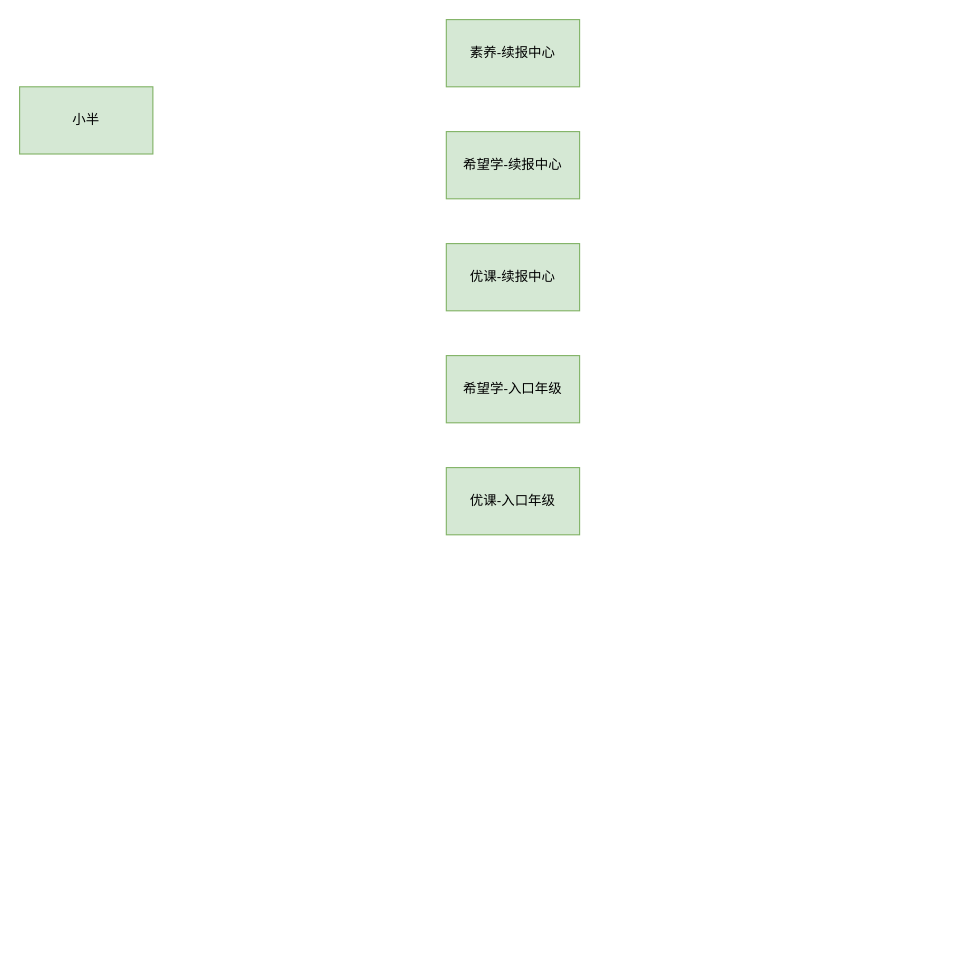
LanSeTianYe/draw keeps this draw.io diagram as xiwang/续报链路.drawio. Above is the earlier version. Source tidied: cells renumbered, new cells numbered last; positions are measured from the earlier drawing's top-left corner, leaving out a move shared by most shapes. Both pictures are drawn from the tidied source at 112%, with x=0, y=0 at pixel (19, 19).
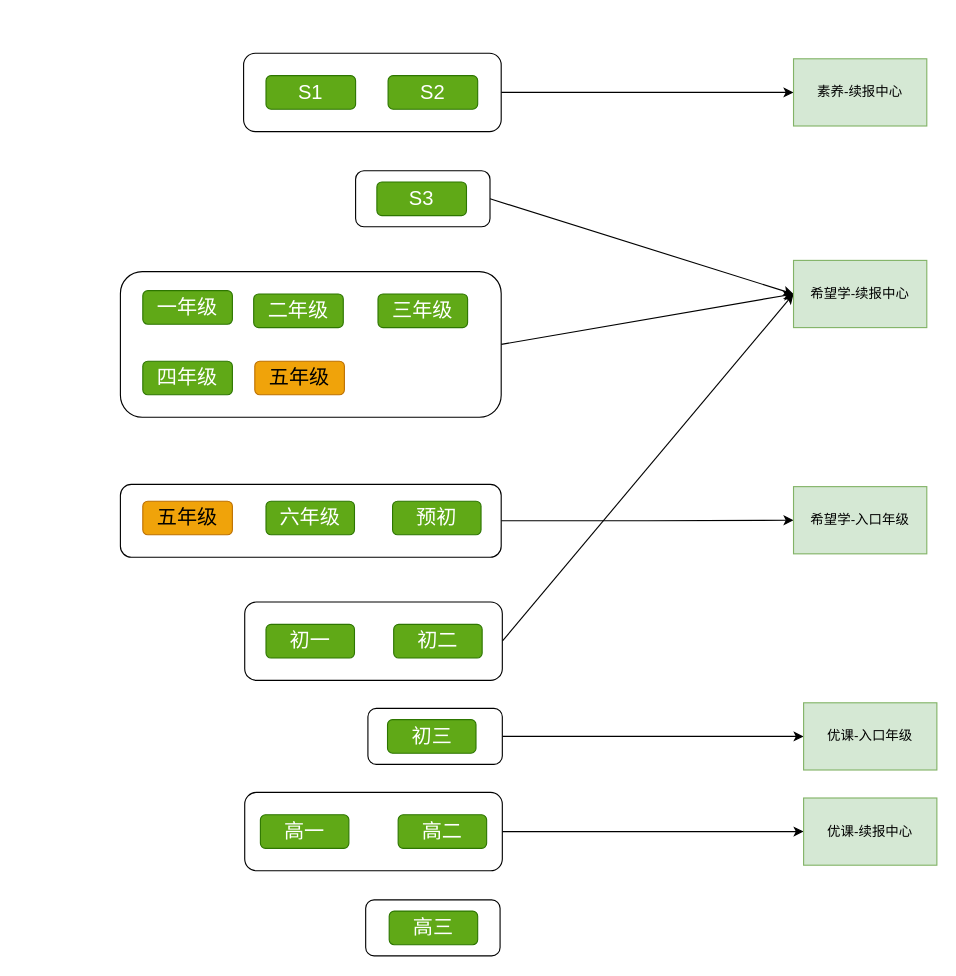
After the change.

Commit message (it also covers changes not shown here):
更新续报链路.drawio

Change to the diagram source:
```diff
@@
+    <mxCell id="9" style="rounded=1;whiteSpace=wrap;html=1;" parent="1" vertex="1">
+      <mxGeometry x="309" y="786" width="120" height="50" as="geometry" />
+    </mxCell>
+    <mxCell id="10" style="edgeStyle=orthogonalEdgeStyle;rounded=0;jettySize=auto;html=1;exitX=1;exitY=0.5;exitDx=0;exitDy=0;" parent="1" edge="1" source="11" target="5">
+      <mxGeometry relative="1" as="geometry" />
+    </mxCell>
+    <mxCell id="11" style="rounded=1;whiteSpace=wrap;html=1;" parent="1" vertex="1">
+      <mxGeometry x="311" y="615" width="120" height="50" as="geometry" />
+    </mxCell>
+    <mxCell id="12" style="edgeStyle=orthogonalEdgeStyle;rounded=0;jettySize=auto;html=1;exitX=1;exitY=0.5;exitDx=0;exitDy=0;" parent="1" edge="1" source="13" target="3">
+      <mxGeometry relative="1" as="geometry" />
+    </mxCell>
+    <mxCell id="13" style="rounded=1;whiteSpace=wrap;html=1;" parent="1" vertex="1">
+      <mxGeometry x="201" y="690" width="230" height="70" as="geometry" />
+    </mxCell>
+    <mxCell id="14" style="rounded=0;jettySize=auto;html=1;exitX=1;exitY=0.5;exitDx=0;exitDy=0;entryX=0;entryY=0.5;entryDx=0;entryDy=0;" parent="1" edge="1" source="15" target="2">
+      <mxGeometry relative="1" as="geometry" />
+    </mxCell>
+    <mxCell id="15" style="rounded=1;whiteSpace=wrap;html=1;" parent="1" vertex="1">
+      <mxGeometry x="201" y="520" width="230" height="70" as="geometry" />
+    </mxCell>
+    <mxCell id="16" style="edgeStyle=orthogonalEdgeStyle;rounded=0;jettySize=auto;html=1;exitX=1;exitY=0.5;exitDx=0;exitDy=0;entryX=0;entryY=0.5;entryDx=0;entryDy=0;" parent="1" edge="1" source="17" target="4">
+      <mxGeometry relative="1" as="geometry" />
+    </mxCell>
+    <mxCell id="17" style="rounded=1;whiteSpace=wrap;html=1;" parent="1" vertex="1">
+      <mxGeometry x="90" y="415" width="340" height="65" as="geometry" />
+    </mxCell>
+    <mxCell id="18" style="rounded=0;jettySize=auto;html=1;exitX=1;exitY=0.5;exitDx=0;exitDy=0;entryX=0;entryY=0.5;entryDx=0;entryDy=0;" parent="1" edge="1" source="19" target="2">
+      <mxGeometry relative="1" as="geometry" />
+    </mxCell>
+    <mxCell id="19" style="rounded=1;whiteSpace=wrap;html=1;" parent="1" vertex="1">
+      <mxGeometry x="300" y="135" width="120" height="50" as="geometry" />
+    </mxCell>
+    <mxCell id="20" style="rounded=0;jettySize=auto;html=1;exitX=1;exitY=0.5;exitDx=0;exitDy=0;entryX=0;entryY=0.5;entryDx=0;entryDy=0;" parent="1" edge="1" source="21" target="2">
+      <mxGeometry relative="1" as="geometry" />
+    </mxCell>
+    <mxCell id="21" style="rounded=1;whiteSpace=wrap;html=1;" parent="1" vertex="1">
+      <mxGeometry x="90" y="225" width="340" height="130" as="geometry" />
+    </mxCell>
+    <mxCell id="22" style="edgeStyle=orthogonalEdgeStyle;rounded=0;jettySize=auto;html=1;exitX=1;exitY=0.5;exitDx=0;exitDy=0;" parent="1" edge="1" source="23" target="8">
+      <mxGeometry relative="1" as="geometry" />
+    </mxCell>
+    <mxCell id="23" style="rounded=1;whiteSpace=wrap;html=1;" parent="1" vertex="1">
+      <mxGeometry x="200" y="30" width="230" height="70" as="geometry" />
+    </mxCell>
     <mxCell id="2" value="希望学-续报中心" style="rounded=0;whiteSpace=wrap;html=1;fillColor=#d5e8d4;strokeColor=#82b366;" parent="1" vertex="1">
-      <mxGeometry x="381" y="100" width="119" height="60" as="geometry" />
+      <mxGeometry x="691" y="215" width="119" height="60" as="geometry" />
     </mxCell>
     <mxCell id="3" value="优课-续报中心" style="rounded=0;whiteSpace=wrap;html=1;fillColor=#d5e8d4;strokeColor=#82b366;" parent="1" vertex="1">
-      <mxGeometry x="381" y="200" width="119" height="60" as="geometry" />
+      <mxGeometry x="700" y="695" width="119" height="60" as="geometry" />
     </mxCell>
     <mxCell id="4" value="希望学-入口年级" style="rounded=0;whiteSpace=wrap;html=1;fillColor=#d5e8d4;strokeColor=#82b366;" parent="1" vertex="1">
-      <mxGeometry x="381" y="300" width="119" height="60" as="geometry" />
+      <mxGeometry x="691" y="417" width="119" height="60" as="geometry" />
     </mxCell>
     <mxCell id="5" value="优课-入口年级" style="rounded=0;whiteSpace=wrap;html=1;fillColor=#d5e8d4;strokeColor=#82b366;" parent="1" vertex="1">
-      <mxGeometry x="381" y="400" width="119" height="60" as="geometry" />
+      <mxGeometry x="700" y="610" width="119" height="60" as="geometry" />
     </mxCell>
@@
-    <mxCell id="7" value="小半" style="rounded=0;whiteSpace=wrap;html=1;fillColor=#d5e8d4;strokeColor=#82b366;" parent="1" vertex="1">
-      <mxGeometry y="60" width="119" height="60" as="geometry" />
-    </mxCell>
     <mxCell id="8" value="素养-续报中心" style="rounded=0;whiteSpace=wrap;html=1;fillColor=#d5e8d4;strokeColor=#82b366;" parent="1" vertex="1">
-      <mxGeometry x="381" width="119" height="60" as="geometry" />
+      <mxGeometry x="691" y="35" width="119" height="60" as="geometry" />
     </mxCell>
+    <mxCell id="24" value="&lt;font style=&quot;font-size: 18px;&quot;&gt;S1&lt;/font&gt;" style="rounded=1;whiteSpace=wrap;html=1;fillColor=#60a917;fontColor=#ffffff;strokeColor=#2D7600;" parent="1" vertex="1">
+      <mxGeometry x="220" y="50" width="80" height="30" as="geometry" />
+    </mxCell>
+    <mxCell id="25" value="&lt;font style=&quot;font-size: 18px;&quot;&gt;S2&lt;/font&gt;" style="rounded=1;whiteSpace=wrap;html=1;fillColor=#60a917;fontColor=#ffffff;strokeColor=#2D7600;" parent="1" vertex="1">
+      <mxGeometry x="329" y="50" width="80" height="30" as="geometry" />
+    </mxCell>
+    <mxCell id="26" value="&lt;font style=&quot;font-size: 18px;&quot;&gt;S3&lt;/font&gt;" style="rounded=1;whiteSpace=wrap;html=1;fillColor=#60a917;fontColor=#ffffff;strokeColor=#2D7600;" parent="1" vertex="1">
+      <mxGeometry x="319" y="145" width="80" height="30" as="geometry" />
+    </mxCell>
+    <mxCell id="27" value="&lt;span style=&quot;font-size: 18px;&quot;&gt;一年级&lt;/span&gt;" style="rounded=1;whiteSpace=wrap;html=1;fillColor=#60a917;fontColor=#ffffff;strokeColor=#2D7600;" parent="1" vertex="1">
+      <mxGeometry x="110" y="242" width="80" height="30" as="geometry" />
+    </mxCell>
+    <mxCell id="28" value="&lt;span style=&quot;font-size: 18px;&quot;&gt;二年级&lt;/span&gt;" style="rounded=1;whiteSpace=wrap;html=1;fillColor=#60a917;fontColor=#ffffff;strokeColor=#2D7600;" parent="1" vertex="1">
+      <mxGeometry x="209" y="245" width="80" height="30" as="geometry" />
+    </mxCell>
+    <mxCell id="29" value="&lt;span style=&quot;font-size: 18px;&quot;&gt;三年级&lt;/span&gt;" style="rounded=1;whiteSpace=wrap;html=1;fillColor=#60a917;fontColor=#ffffff;strokeColor=#2D7600;" parent="1" vertex="1">
+      <mxGeometry x="320" y="245" width="80" height="30" as="geometry" />
+    </mxCell>
+    <mxCell id="30" value="&lt;span style=&quot;font-size: 18px;&quot;&gt;四年级&lt;/span&gt;" style="rounded=1;whiteSpace=wrap;html=1;fillColor=#60a917;fontColor=#ffffff;strokeColor=#2D7600;" parent="1" vertex="1">
+      <mxGeometry x="110" y="305" width="80" height="30" as="geometry" />
+    </mxCell>
+    <mxCell id="31" value="&lt;span style=&quot;font-size: 18px;&quot;&gt;五年级&lt;/span&gt;" style="rounded=1;whiteSpace=wrap;html=1;fillColor=#f0a30a;fontColor=#000000;strokeColor=#BD7000;" parent="1" vertex="1">
+      <mxGeometry x="210" y="305" width="80" height="30" as="geometry" />
+    </mxCell>
+    <mxCell id="32" value="&lt;span style=&quot;font-size: 18px;&quot;&gt;六年级&lt;/span&gt;" style="rounded=1;whiteSpace=wrap;html=1;fillColor=#60a917;fontColor=#ffffff;strokeColor=#2D7600;" parent="1" vertex="1">
+      <mxGeometry x="220" y="430" width="79" height="30" as="geometry" />
+    </mxCell>
+    <mxCell id="33" value="&lt;span style=&quot;font-size: 18px;&quot;&gt;预初&lt;/span&gt;" style="rounded=1;whiteSpace=wrap;html=1;fillColor=#60a917;fontColor=#ffffff;strokeColor=#2D7600;" parent="1" vertex="1">
+      <mxGeometry x="333" y="430" width="79" height="30" as="geometry" />
+    </mxCell>
+    <mxCell id="34" value="&lt;span style=&quot;font-size: 18px;&quot;&gt;初一&lt;/span&gt;" style="rounded=1;whiteSpace=wrap;html=1;fillColor=#60a917;fontColor=#ffffff;strokeColor=#2D7600;" parent="1" vertex="1">
+      <mxGeometry x="220" y="540" width="79" height="30" as="geometry" />
+    </mxCell>
+    <mxCell id="35" style="edgeStyle=orthogonalEdgeStyle;rounded=0;orthogonalLoop=1;jettySize=auto;html=1;exitX=0.5;exitY=1;exitDx=0;exitDy=0;" parent="1" edge="1" source="34" target="34">
+      <mxGeometry relative="1" as="geometry" />
+    </mxCell>
+    <mxCell id="36" value="&lt;span style=&quot;font-size: 18px;&quot;&gt;初二&lt;/span&gt;" style="rounded=1;whiteSpace=wrap;html=1;fillColor=#60a917;fontColor=#ffffff;strokeColor=#2D7600;" parent="1" vertex="1">
+      <mxGeometry x="334" y="540" width="79" height="30" as="geometry" />
+    </mxCell>
+    <mxCell id="37" value="&lt;span style=&quot;font-size: 18px;&quot;&gt;初三&lt;/span&gt;" style="rounded=1;whiteSpace=wrap;html=1;fillColor=#60a917;fontColor=#ffffff;strokeColor=#2D7600;" parent="1" vertex="1">
+      <mxGeometry x="328.5" y="625" width="79" height="30" as="geometry" />
+    </mxCell>
+    <mxCell id="38" value="&lt;span style=&quot;font-size: 18px;&quot;&gt;高一&lt;/span&gt;" style="rounded=1;whiteSpace=wrap;html=1;fillColor=#60a917;fontColor=#ffffff;strokeColor=#2D7600;" parent="1" vertex="1">
+      <mxGeometry x="215" y="710" width="79" height="30" as="geometry" />
+    </mxCell>
+    <mxCell id="39" value="&lt;span style=&quot;font-size: 18px;&quot;&gt;高二&lt;/span&gt;" style="rounded=1;whiteSpace=wrap;html=1;fillColor=#60a917;fontColor=#ffffff;strokeColor=#2D7600;" parent="1" vertex="1">
+      <mxGeometry x="338" y="710" width="79" height="30" as="geometry" />
+    </mxCell>
+    <mxCell id="40" value="&lt;span style=&quot;font-size: 18px;&quot;&gt;高三&lt;/span&gt;" style="rounded=1;whiteSpace=wrap;html=1;fillColor=#60a917;fontColor=#ffffff;strokeColor=#2D7600;" parent="1" vertex="1">
+      <mxGeometry x="330" y="796" width="79" height="30" as="geometry" />
+    </mxCell>
+    <mxCell id="41" value="&lt;span style=&quot;font-size: 18px;&quot;&gt;五年级&lt;/span&gt;" style="rounded=1;whiteSpace=wrap;html=1;fillColor=#f0a30a;fontColor=#000000;strokeColor=#BD7000;" parent="1" vertex="1">
+      <mxGeometry x="110" y="430" width="80" height="30" as="geometry" />
+    </mxCell>
```
